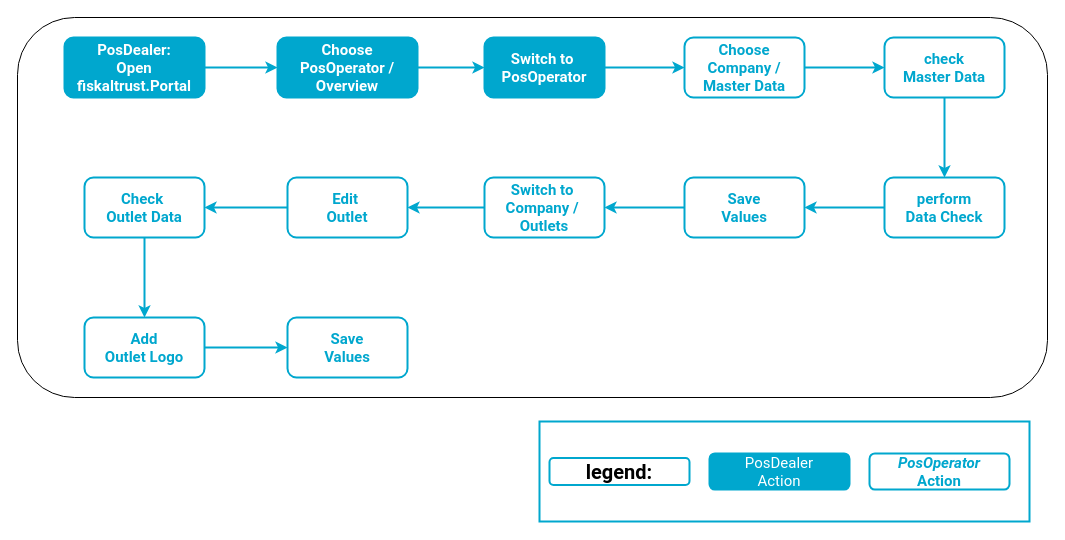
Above: buy-resell/images/sources/buy_resell-digital-receipt.drawio in fiskaltrust/rollout-doc (draw.io), before the change. Source tidied: cells renumbered, new cells numbered last; positions are measured from the earlier drawing's top-left corner, leaving out a move shared by most shapes. Both pictures are drawn from the tidied source at 100%, with x=0, y=0 at pixel (17, 17).
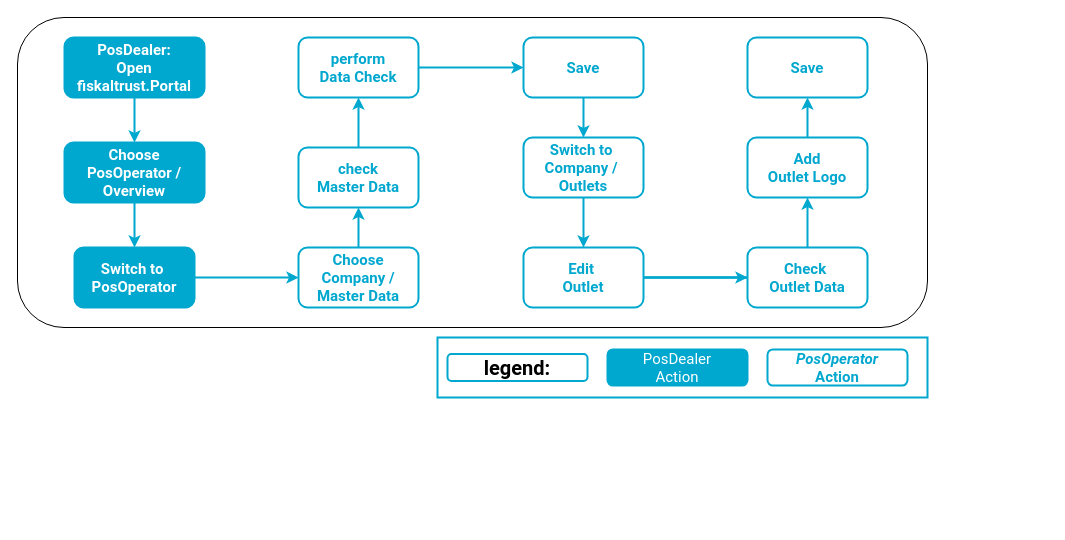
The same page after the edit.

The edit, as a diff of the source:
```diff
@@
     <mxCell id="2" style="rounded=1;whiteSpace=wrap;html=1;" parent="1" vertex="1">
-      <mxGeometry width="1030" height="380" as="geometry" />
+      <mxGeometry width="910" height="310" as="geometry" />
     </mxCell>
@@
     <mxCell id="6" value="Choose&lt;br&gt;PosOperator / Overview" style="whiteSpace=wrap;html=1;rounded=1;fontFamily=Roboto;fontSize=15;fontColor=#FFFFFF;strokeColor=#00A7CE;fillColor=#00A7CE;fontStyle=1;strokeWidth=2;" parent="1" vertex="1">
-      <mxGeometry x="260" y="20" width="140" height="60" as="geometry" />
+      <mxGeometry x="47" y="125" width="140" height="60" as="geometry" />
     </mxCell>
@@
     <mxCell id="8" value="Switch to&amp;nbsp;&lt;br&gt;PosOperator" style="whiteSpace=wrap;html=1;fontSize=15;fontFamily=Roboto;fillColor=#00A7CE;strokeColor=#00A7CE;fontColor=#FFFFFF;rounded=1;fontStyle=1;strokeWidth=2;" parent="1" vertex="1">
-      <mxGeometry x="467" y="20" width="120" height="60" as="geometry" />
+      <mxGeometry x="57" y="230" width="120" height="60" as="geometry" />
     </mxCell>
@@
     <mxCell id="10" value="Choose&lt;br&gt;Company / Master Data" style="whiteSpace=wrap;html=1;fontSize=15;fontFamily=Roboto;fillColor=default;strokeColor=#00A7CE;fontColor=#00A7CE;rounded=1;fontStyle=1;strokeWidth=2;verticalAlign=middle;gradientColor=none;" parent="1" vertex="1">
-      <mxGeometry x="667" y="20" width="120" height="60" as="geometry" />
+      <mxGeometry x="281" y="230" width="120" height="60" as="geometry" />
     </mxCell>
@@
     <mxCell id="12" value="check&lt;br&gt;Master Data" style="whiteSpace=wrap;html=1;fontSize=15;fontFamily=Roboto;fillColor=default;strokeColor=#00A7CE;fontColor=#00A7CE;rounded=1;fontStyle=1;strokeWidth=2;" parent="1" vertex="1">
-      <mxGeometry x="867" y="20" width="120" height="60" as="geometry" />
+      <mxGeometry x="281" y="130" width="120" height="60" as="geometry" />
     </mxCell>
-    <mxCell id="13" style="group;" parent="1" vertex="1">
-      <mxGeometry x="522" y="404" width="490" height="100" as="geometry" />
-    </mxCell>
-    <mxCell id="14" style="rounded=0;whiteSpace=wrap;html=1;fillColor=none;strokeWidth=2;strokeColor=#00A7CE;" parent="13" vertex="1">
-      <mxGeometry width="490" height="100" as="geometry" />
-    </mxCell>
-    <mxCell id="15" value="&lt;span style=&quot;font-size: 15px&quot;&gt;PosDealer&lt;br&gt;Action&lt;/span&gt;" style="whiteSpace=wrap;html=1;rounded=1;fontFamily=Roboto;fontSize=15;fontColor=#FFFFFF;strokeColor=#00A7CE;fillColor=#00A7CE;strokeWidth=2;" parent="13" vertex="1">
-      <mxGeometry x="170" y="32" width="140" height="36" as="geometry" />
-    </mxCell>
-    <mxCell id="16" value="&lt;i&gt;PosOperator&lt;br&gt;&lt;/i&gt;Action" style="whiteSpace=wrap;html=1;rounded=1;fontFamily=Roboto;fontStyle=1;fontSize=15;fontColor=#00A7CE;strokeColor=#00A7CE;strokeWidth=2;" parent="13" vertex="1">
-      <mxGeometry x="330" y="32" width="140" height="36" as="geometry" />
-    </mxCell>
-    <mxCell id="17" value="&lt;font style=&quot;font-size: 20px&quot;&gt;legend:&lt;/font&gt;" style="whiteSpace=wrap;html=1;rounded=1;fontFamily=Roboto;fontStyle=1;fontSize=15;strokeWidth=2;strokeColor=#00A7CE;" parent="13" vertex="1">
-      <mxGeometry x="10" y="36.5" width="140" height="27" as="geometry" />
-    </mxCell>
@@
     <mxCell id="19" value="perform&lt;br&gt;Data Check" style="whiteSpace=wrap;html=1;fontSize=15;fontFamily=Roboto;fillColor=default;strokeColor=#00A7CE;fontColor=#00A7CE;rounded=1;fontStyle=1;strokeWidth=2;" parent="1" vertex="1">
-      <mxGeometry x="867" y="160" width="120" height="60" as="geometry" />
+      <mxGeometry x="281" y="20" width="120" height="60" as="geometry" />
     </mxCell>
@@
-    <mxCell id="21" value="Save &lt;br&gt;Values" style="whiteSpace=wrap;html=1;fontSize=15;fontFamily=Roboto;fillColor=default;strokeColor=#00A7CE;fontColor=#00A7CE;rounded=1;fontStyle=1;strokeWidth=2;" parent="1" vertex="1">
-      <mxGeometry x="667" y="160" width="120" height="60" as="geometry" />
+    <mxCell id="21" value="Save" style="whiteSpace=wrap;html=1;fontSize=15;fontFamily=Roboto;fillColor=default;strokeColor=#00A7CE;fontColor=#00A7CE;rounded=1;fontStyle=1;strokeWidth=2;" parent="1" vertex="1">
+      <mxGeometry x="506" y="20" width="120" height="60" as="geometry" />
     </mxCell>
@@
     <mxCell id="23" value="&lt;span style=&quot;&quot;&gt;Switch to&amp;nbsp;&lt;/span&gt;&lt;br style=&quot;&quot;&gt;&lt;span style=&quot;&quot;&gt;Company /&amp;nbsp;&lt;br&gt;Outlets&lt;br&gt;&lt;/span&gt;" style="whiteSpace=wrap;html=1;fontSize=15;fontFamily=Roboto;fillColor=default;strokeColor=#00A7CE;fontColor=#00A7CE;rounded=1;fontStyle=1;strokeWidth=2;" parent="1" vertex="1">
-      <mxGeometry x="467" y="160" width="120" height="60" as="geometry" />
+      <mxGeometry x="506" y="120" width="120" height="60" as="geometry" />
     </mxCell>
@@
-    <mxCell id="25" value="Edit&amp;nbsp;&lt;br&gt;Outlet" style="whiteSpace=wrap;html=1;fontSize=15;fontFamily=Roboto;fillColor=default;strokeColor=#00A7CE;fontColor=#00A7CE;rounded=1;fontStyle=1;strokeWidth=2;" parent="1" vertex="1">
-      <mxGeometry x="270" y="160" width="120" height="60" as="geometry" />
-    </mxCell>
-    <mxCell id="26" style="edgeStyle=orthogonalEdgeStyle;shape=connector;rounded=0;jettySize=auto;html=1;labelBackgroundColor=default;fontFamily=Roboto;fontSize=24;fontColor=#00A7CE;endArrow=classic;strokeColor=#00A7CE;strokeWidth=2;" parent="1" edge="1" source="27" target="29">
+    <mxCell id="26" style="edgeStyle=orthogonalEdgeStyle;shape=connector;rounded=0;jettySize=auto;html=1;labelBackgroundColor=default;fontFamily=Roboto;fontSize=24;fontColor=#00A7CE;endArrow=classic;strokeColor=#00A7CE;strokeWidth=2;startArrow=none;" parent="1" edge="1" source="27" target="29">
       <mxGeometry relative="1" as="geometry" />
     </mxCell>
-    <mxCell id="27" value="Check&amp;nbsp;&lt;br&gt;Outlet Data" style="whiteSpace=wrap;html=1;fontSize=15;fontFamily=Roboto;fillColor=default;strokeColor=#00A7CE;fontColor=#00A7CE;rounded=1;fontStyle=1;strokeWidth=2;" parent="1" vertex="1">
-      <mxGeometry x="67" y="160" width="120" height="60" as="geometry" />
-    </mxCell>
@@
     <mxCell id="29" value="Add&lt;br&gt;Outlet Logo" style="whiteSpace=wrap;html=1;fontSize=15;fontFamily=Roboto;fillColor=default;strokeColor=#00A7CE;fontColor=#00A7CE;rounded=1;fontStyle=1;strokeWidth=2;" parent="1" vertex="1">
-      <mxGeometry x="67" y="300" width="120" height="60" as="geometry" />
+      <mxGeometry x="730" y="120" width="120" height="60" as="geometry" />
     </mxCell>
-    <mxCell id="30" value="Save&lt;br&gt;Values" style="whiteSpace=wrap;html=1;fontSize=15;fontFamily=Roboto;fillColor=default;strokeColor=#00A7CE;fontColor=#00A7CE;rounded=1;fontStyle=1;strokeWidth=2;" parent="1" vertex="1">
-      <mxGeometry x="270" y="300" width="120" height="60" as="geometry" />
+    <mxCell id="30" value="Save" style="whiteSpace=wrap;html=1;fontSize=15;fontFamily=Roboto;fillColor=default;strokeColor=#00A7CE;fontColor=#00A7CE;rounded=1;fontStyle=1;strokeWidth=2;" parent="1" vertex="1">
+      <mxGeometry x="730" y="20" width="120" height="60" as="geometry" />
     </mxCell>
+    <mxCell id="25" value="Edit&amp;nbsp;&lt;br&gt;Outlet" style="whiteSpace=wrap;html=1;fontSize=15;fontFamily=Roboto;fillColor=default;strokeColor=#00A7CE;fontColor=#00A7CE;rounded=1;fontStyle=1;strokeWidth=2;" parent="1" vertex="1">
+      <mxGeometry x="506" y="230" width="120" height="60" as="geometry" />
+    </mxCell>
+    <mxCell id="31" style="edgeStyle=orthogonalEdgeStyle;shape=connector;rounded=0;jettySize=auto;html=1;labelBackgroundColor=default;fontFamily=Roboto;fontSize=24;fontColor=#00A7CE;endArrow=none;strokeColor=#00A7CE;strokeWidth=2;" parent="1" edge="1" source="27" target="25">
+      <mxGeometry relative="1" as="geometry" />
+    </mxCell>
+    <mxCell id="27" value="Check&amp;nbsp;&lt;br&gt;Outlet Data" style="whiteSpace=wrap;html=1;fontSize=15;fontFamily=Roboto;fillColor=default;strokeColor=#00A7CE;fontColor=#00A7CE;rounded=1;fontStyle=1;strokeWidth=2;" parent="1" vertex="1">
+      <mxGeometry x="730" y="230" width="120" height="60" as="geometry" />
+    </mxCell>
+    <mxCell id="32" style="edgeStyle=orthogonalEdgeStyle;shape=connector;rounded=0;jettySize=auto;html=1;labelBackgroundColor=default;fontFamily=Roboto;fontSize=24;fontColor=#00A7CE;endArrow=none;strokeColor=#00A7CE;strokeWidth=2;startArrow=none;" parent="1" edge="1" source="25" target="27">
+      <mxGeometry relative="1" as="geometry" />
+    </mxCell>
+    <mxCell id="33" style="group;" parent="1" vertex="1">
+      <mxGeometry x="420" y="320" width="490" height="60" as="geometry" />
+    </mxCell>
+    <mxCell id="14" style="rounded=0;whiteSpace=wrap;html=1;fillColor=none;strokeWidth=2;strokeColor=#00A7CE;" parent="33" vertex="1">
+      <mxGeometry width="490" height="60" as="geometry" />
+    </mxCell>
+    <mxCell id="15" value="&lt;span style=&quot;font-size: 15px&quot;&gt;PosDealer&lt;br&gt;Action&lt;/span&gt;" style="whiteSpace=wrap;html=1;rounded=1;fontFamily=Roboto;fontSize=15;fontColor=#FFFFFF;strokeColor=#00A7CE;fillColor=#00A7CE;strokeWidth=2;" parent="33" vertex="1">
+      <mxGeometry x="170" y="12" width="140" height="36" as="geometry" />
+    </mxCell>
+    <mxCell id="16" value="&lt;i&gt;PosOperator&lt;br&gt;&lt;/i&gt;Action" style="whiteSpace=wrap;html=1;rounded=1;fontFamily=Roboto;fontStyle=1;fontSize=15;fontColor=#00A7CE;strokeColor=#00A7CE;strokeWidth=2;" parent="33" vertex="1">
+      <mxGeometry x="330" y="12" width="140" height="36" as="geometry" />
+    </mxCell>
+    <mxCell id="17" value="&lt;font style=&quot;font-size: 20px&quot;&gt;legend:&lt;/font&gt;" style="whiteSpace=wrap;html=1;rounded=1;fontFamily=Roboto;fontStyle=1;fontSize=15;strokeWidth=2;strokeColor=#00A7CE;" parent="33" vertex="1">
+      <mxGeometry x="10" y="16.5" width="140" height="27" as="geometry" />
+    </mxCell>
```
